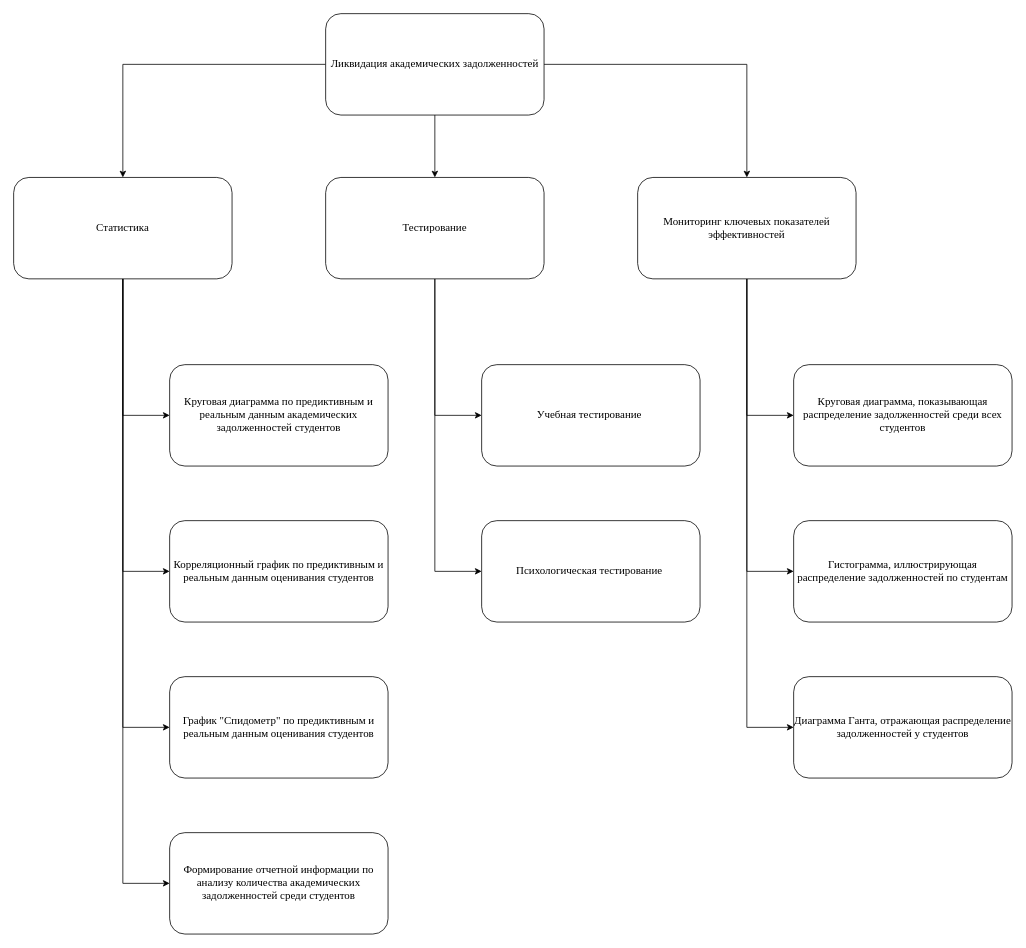
Earlier version of the draw.io diagram Дерево_функций_для_разработанного_ПО.drawio (DLordxxx/Practice). Source tidied: cells renumbered, new cells numbered last; positions are measured from the earlier drawing's top-left corner, leaving out a move shared by most shapes. Both pictures are drawn from the tidied source at 78%, with x=0, y=0 at pixel (13, 13).
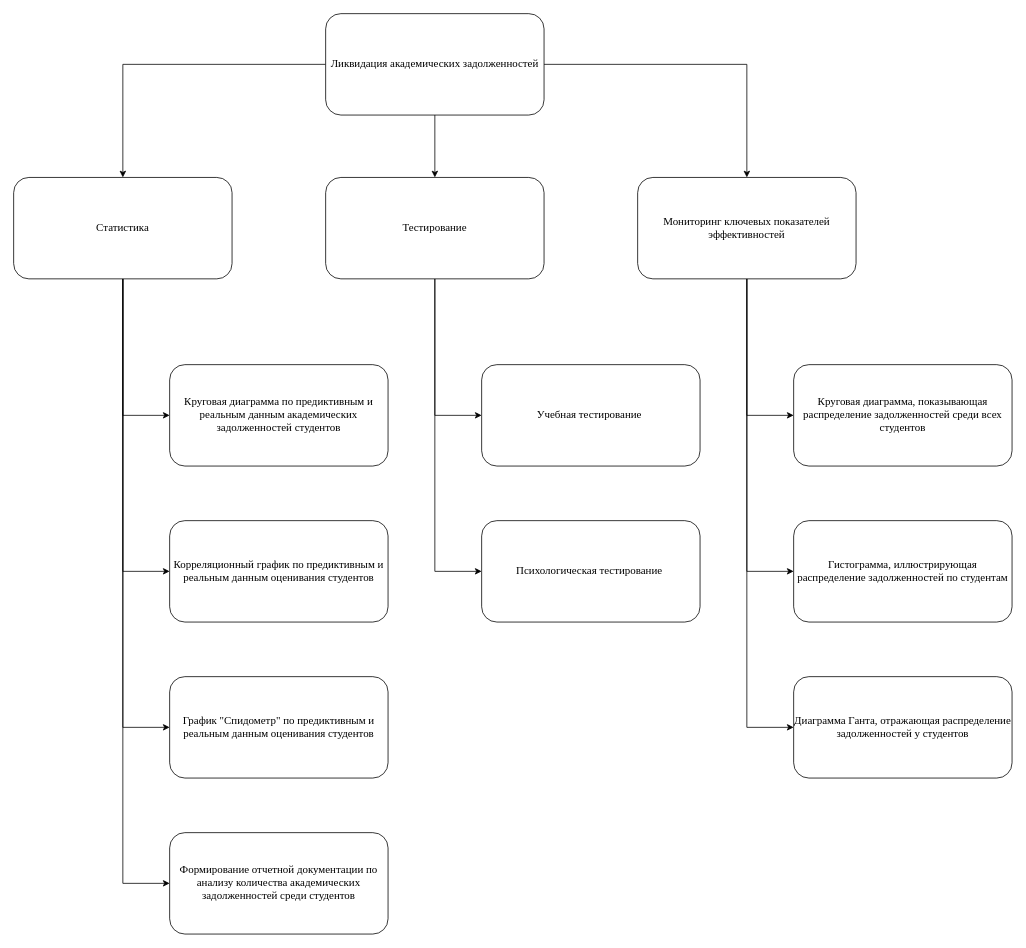
After the change.

Commit message (it also covers changes not shown here):
Корректировка диаграмм: er, er-уточн, дерево, компонетов, IDEF0, деком, dfd

Diff of the diagram source:
```diff
@@
-    <mxCell id="23" value="Формирование отчетной информации по анализу количества академических задолженностей среди студентов" style="rounded=1;whiteSpace=wrap;html=1;fontSize=14;fontFamily=Times New Roman;" parent="1" vertex="1">
+    <mxCell id="23" value="Формирование отчетной документации по анализу количества академических задолженностей среди студентов" style="rounded=1;whiteSpace=wrap;html=1;fontSize=14;fontFamily=Times New Roman;" parent="1" vertex="1">
       <mxGeometry x="200" y="1050" width="280" height="130" as="geometry" />
     </mxCell>
```
